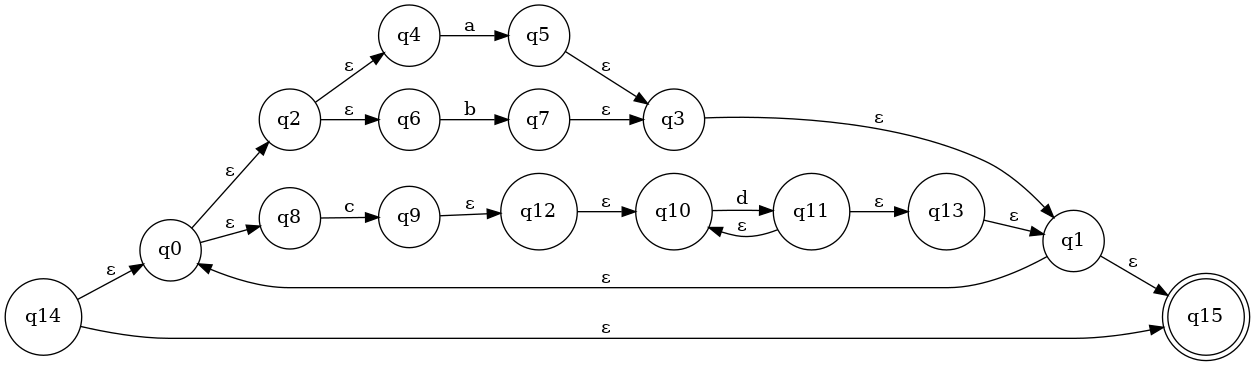
DjoCoding/regex keeps this Graphviz diagram as nfa.png. Above is the earlier version. Its source is kept beside it as nfa.dot.
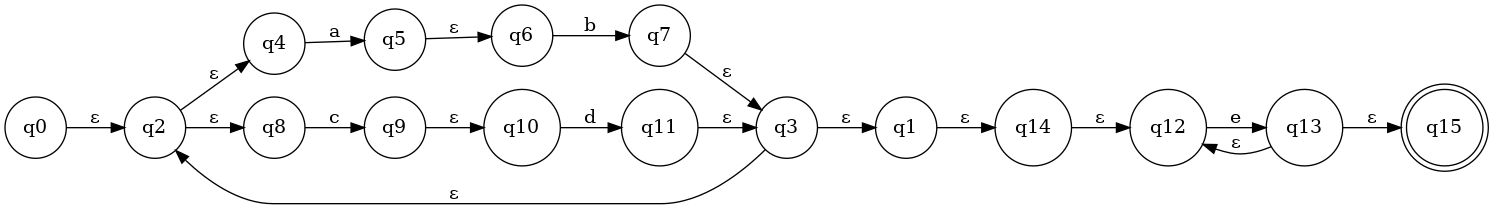
After the commit.

Change to the diagram source:
```diff
@@ -1,8 +1,6 @@
 digraph NFA {
 	rankdir=LR;
 	node [shape=circle];
-	q14 [label="q14"];
-	q14 -> q0 [label="ε"];
 	q0 [label="q0"];
 	q0 -> q2 [label="ε"];
 	q2 [label="q2"];
@@ -10,31 +8,31 @@
 	q4 [label="q4"];
 	q4 -> q5 [label="a"];
 	q5 [label="q5"];
-	q5 -> q3 [label="ε"];
-	q3 [label="q3"];
-	q3 -> q1 [label="ε"];
-	q1 [label="q1"];
-	q1 -> q15 [label="ε"];
-	q15 [shape=doublecircle];
-	q1 -> q0 [label="ε"];
-	q2 -> q6 [label="ε"];
+	q5 -> q6 [label="ε"];
 	q6 [label="q6"];
 	q6 -> q7 [label="b"];
 	q7 [label="q7"];
 	q7 -> q3 [label="ε"];
-	q0 -> q8 [label="ε"];
+	q3 [label="q3"];
+	q3 -> q2 [label="ε"];
+	q3 -> q1 [label="ε"];
+	q1 [label="q1"];
+	q1 -> q14 [label="ε"];
+	q14 [label="q14"];
+	q14 -> q12 [label="ε"];
+	q12 [label="q12"];
+	q12 -> q13 [label="e"];
+	q13 [label="q13"];
+	q13 -> q15 [label="ε"];
+	q15 [shape=doublecircle];
+	q13 -> q12 [label="ε"];
+	q2 -> q8 [label="ε"];
 	q8 [label="q8"];
 	q8 -> q9 [label="c"];
 	q9 [label="q9"];
-	q9 -> q12 [label="ε"];
-	q12 [label="q12"];
-	q12 -> q10 [label="ε"];
+	q9 -> q10 [label="ε"];
 	q10 [label="q10"];
 	q10 -> q11 [label="d"];
 	q11 [label="q11"];
-	q11 -> q13 [label="ε"];
-	q13 [label="q13"];
-	q13 -> q1 [label="ε"];
-	q11 -> q10 [label="ε"];
-	q14 -> q15 [label="ε"];
+	q11 -> q3 [label="ε"];
 }
```
